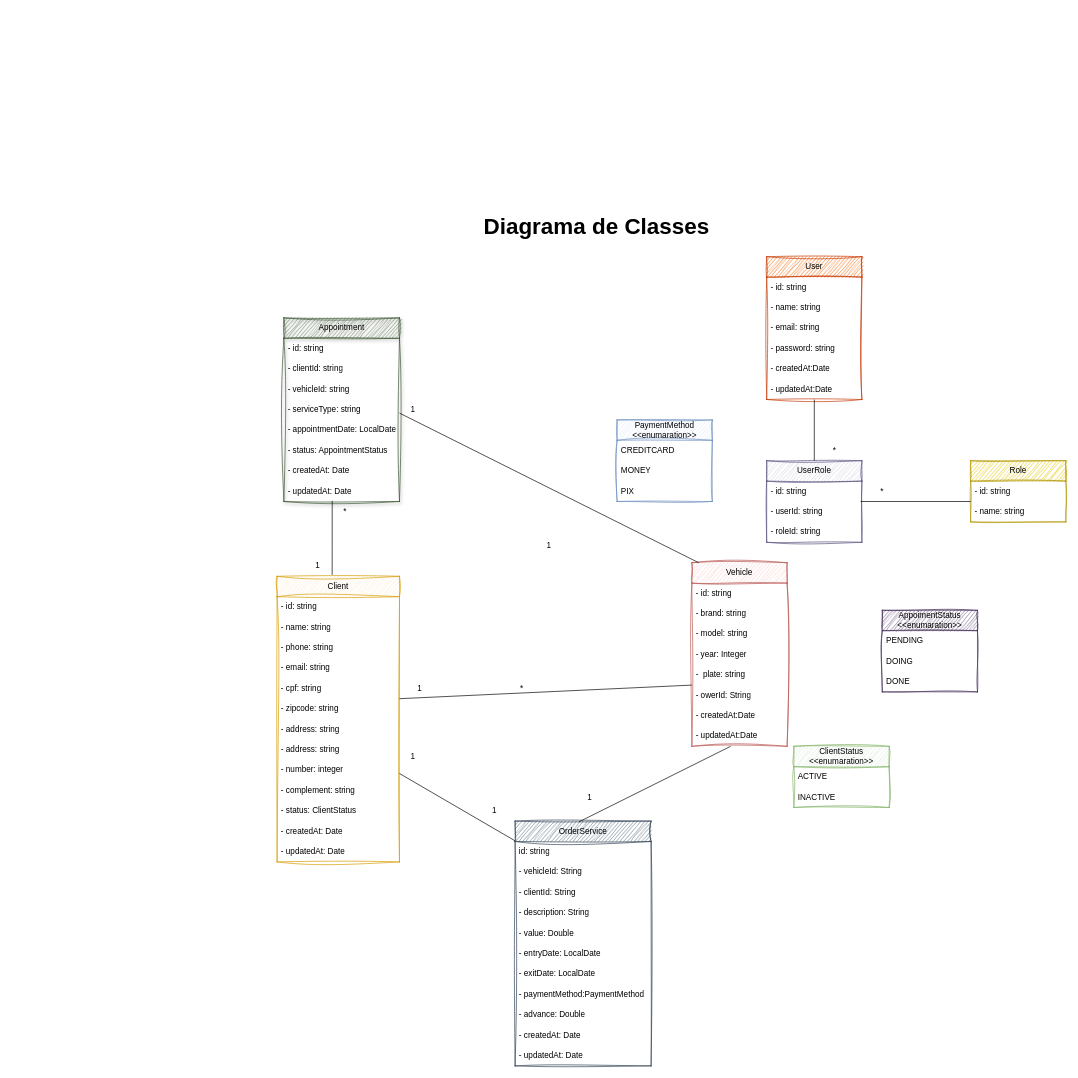
Before: docs/diagram.drawio in Luke0195/workshop_garage, a draw.io diagram. Source tidied: cells renumbered, new cells numbered last; positions are measured from the earlier drawing's top-left corner, leaving out a move shared by most shapes. Both pictures are drawn from the tidied source at 68%, with x=0, y=0 at pixel (277, 216).
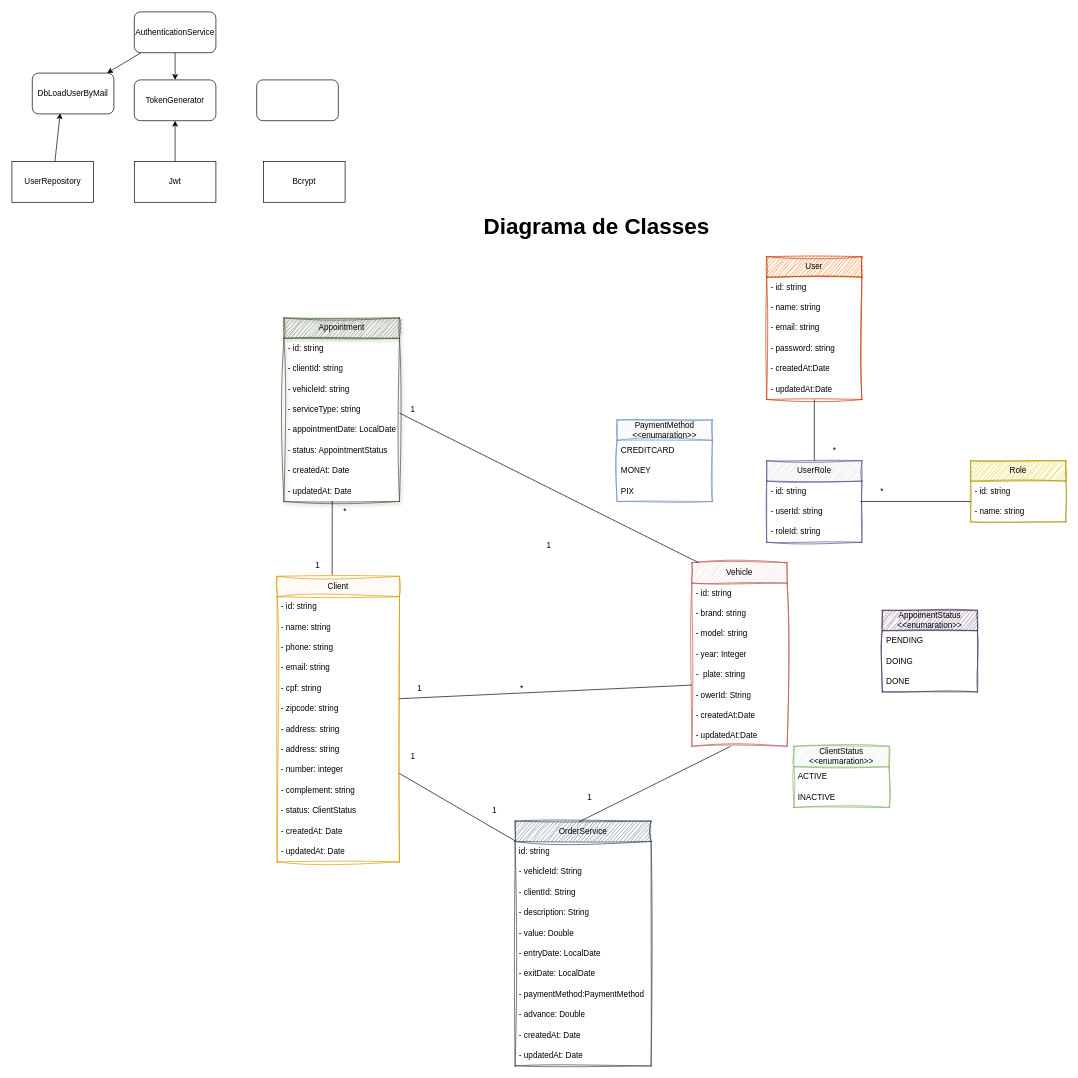
Above is the later version.

What changed in the source:
```diff
@@
+    <mxCell id="90" value="UserRepository" style="rounded=0;whiteSpace=wrap;html=1;" parent="1" vertex="1">
+      <mxGeometry x="-390" y="-80" width="120" height="60" as="geometry" />
+    </mxCell>
+    <mxCell id="91" style="edgeStyle=none;html=1;" parent="1" edge="1" source="93" target="97">
+      <mxGeometry relative="1" as="geometry" />
+    </mxCell>
+    <mxCell id="92" style="edgeStyle=none;html=1;" parent="1" edge="1" source="93" target="99">
+      <mxGeometry relative="1" as="geometry" />
+    </mxCell>
+    <mxCell id="93" value="AuthenticationService" style="rounded=1;whiteSpace=wrap;html=1;" parent="1" vertex="1">
+      <mxGeometry x="-210" y="-300" width="120" height="60" as="geometry" />
+    </mxCell>
+    <mxCell id="94" style="edgeStyle=none;html=1;entryX=0.5;entryY=1;entryDx=0;entryDy=0;" parent="1" edge="1" source="95" target="99">
+      <mxGeometry relative="1" as="geometry" />
+    </mxCell>
+    <mxCell id="95" value="Jwt" style="rounded=0;whiteSpace=wrap;html=1;" parent="1" vertex="1">
+      <mxGeometry x="-210" y="-80" width="120" height="60" as="geometry" />
+    </mxCell>
+    <mxCell id="96" value="Bcrypt" style="rounded=0;whiteSpace=wrap;html=1;" parent="1" vertex="1">
+      <mxGeometry x="-20" y="-80" width="120" height="60" as="geometry" />
+    </mxCell>
+    <mxCell id="97" value="DbLoadUserByMail" style="rounded=1;whiteSpace=wrap;html=1;" parent="1" vertex="1">
+      <mxGeometry x="-360" y="-210" width="120" height="60" as="geometry" />
+    </mxCell>
+    <mxCell id="98" style="edgeStyle=none;html=1;entryX=0.342;entryY=0.983;entryDx=0;entryDy=0;entryPerimeter=0;" parent="1" edge="1" source="90" target="97">
+      <mxGeometry relative="1" as="geometry" />
+    </mxCell>
+    <mxCell id="99" value="TokenGenerator" style="rounded=1;whiteSpace=wrap;html=1;" parent="1" vertex="1">
+      <mxGeometry x="-210" y="-200" width="120" height="60" as="geometry" />
+    </mxCell>
+    <mxCell id="100" style="rounded=1;whiteSpace=wrap;html=1;" parent="1" vertex="1">
+      <mxGeometry x="-30" y="-200" width="120" height="60" as="geometry" />
+    </mxCell>
```
